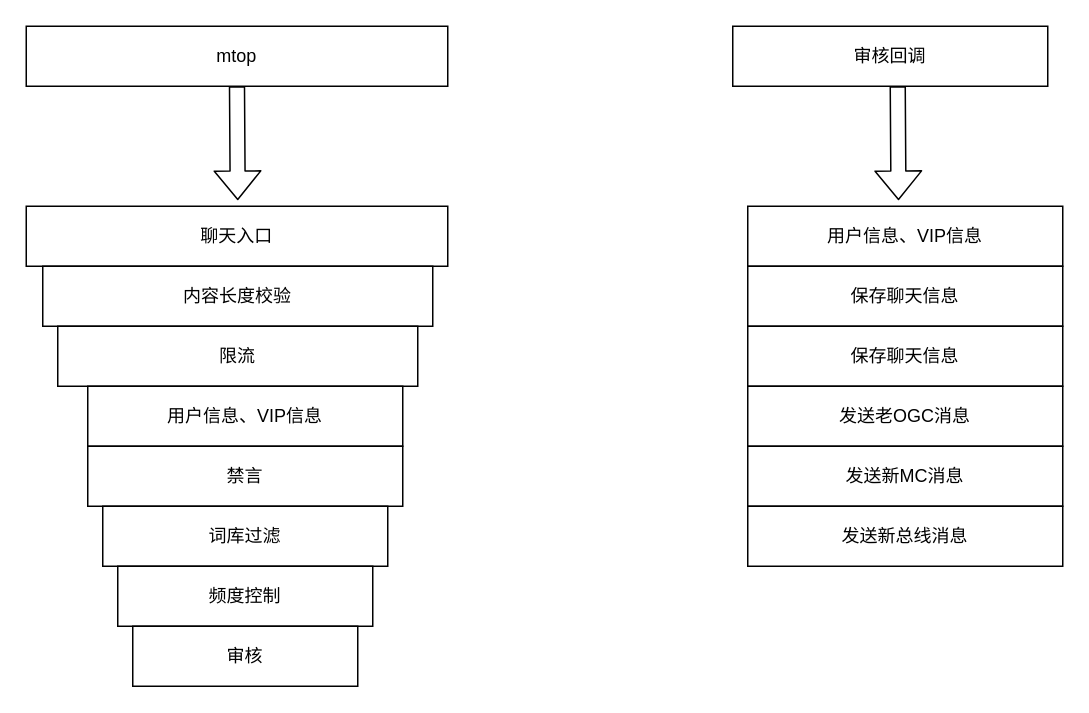
Before: chat.drawio in 839284824/MyBlog, a draw.io diagram. Source tidied: cells renumbered, new cells numbered last; positions are measured from the earlier drawing's top-left corner, leaving out a move shared by most shapes. Both pictures are drawn from the tidied source at 150%, with x=0, y=0 at pixel (26, 26).
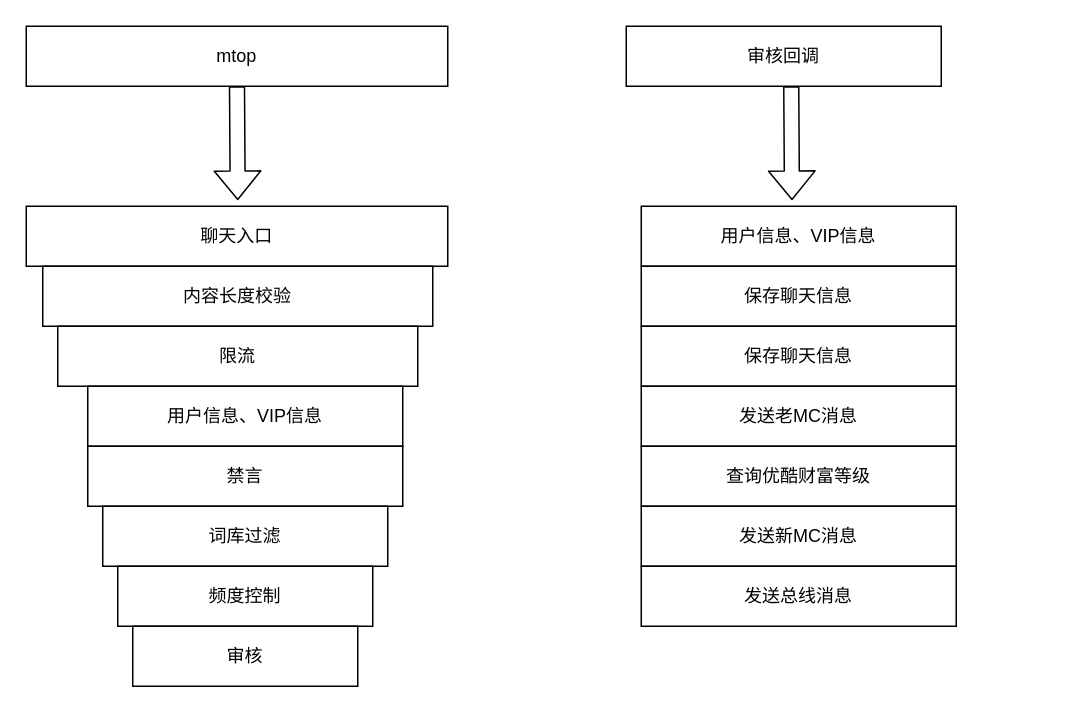
The same diagram, later.

What changed in the source:
```diff
@@
     <mxCell id="12" value="审核回调" style="rounded=0;whiteSpace=wrap;html=1;" parent="1" vertex="1">
-      <mxGeometry x="471" width="210" height="40" as="geometry" />
+      <mxGeometry x="400" width="210" height="40" as="geometry" />
     </mxCell>
     <mxCell id="13" value="用户信息、VIP信息" style="rounded=0;whiteSpace=wrap;html=1;" parent="1" vertex="1">
-      <mxGeometry x="481" y="120" width="210" height="40" as="geometry" />
+      <mxGeometry x="410" y="120" width="210" height="40" as="geometry" />
     </mxCell>
     <mxCell id="14" value="保存聊天信息" style="rounded=0;whiteSpace=wrap;html=1;" parent="1" vertex="1">
-      <mxGeometry x="481" y="160" width="210" height="40" as="geometry" />
+      <mxGeometry x="410" y="160" width="210" height="40" as="geometry" />
     </mxCell>
     <mxCell id="15" value="保存聊天信息" style="rounded=0;whiteSpace=wrap;html=1;" parent="1" vertex="1">
-      <mxGeometry x="481" y="200" width="210" height="40" as="geometry" />
+      <mxGeometry x="410" y="200" width="210" height="40" as="geometry" />
     </mxCell>
-    <mxCell id="16" value="发送老OGC消息" style="rounded=0;whiteSpace=wrap;html=1;" parent="1" vertex="1">
-      <mxGeometry x="481" y="240" width="210" height="40" as="geometry" />
+    <mxCell id="16" value="发送老MC消息" style="rounded=0;whiteSpace=wrap;html=1;" parent="1" vertex="1">
+      <mxGeometry x="410" y="240" width="210" height="40" as="geometry" />
     </mxCell>
-    <mxCell id="17" value="发送新MC消息" style="rounded=0;whiteSpace=wrap;html=1;" parent="1" vertex="1">
-      <mxGeometry x="481" y="280" width="210" height="40" as="geometry" />
+    <mxCell id="17" value="查询优酷财富等级" style="rounded=0;whiteSpace=wrap;html=1;" parent="1" vertex="1">
+      <mxGeometry x="410" y="280" width="210" height="40" as="geometry" />
     </mxCell>
-    <mxCell id="18" value="发送新总线消息" style="rounded=0;whiteSpace=wrap;html=1;" parent="1" vertex="1">
-      <mxGeometry x="481" y="320" width="210" height="40" as="geometry" />
+    <mxCell id="18" value="发送新MC消息" style="rounded=0;whiteSpace=wrap;html=1;" parent="1" vertex="1">
+      <mxGeometry x="410" y="320" width="210" height="40" as="geometry" />
     </mxCell>
     <mxCell id="19" style="shape=flexArrow;endArrow=classic;html=1;exitX=0.5;exitY=1;exitDx=0;exitDy=0;" parent="1" edge="1">
       <mxGeometry relative="1" as="geometry">
-        <mxPoint x="581" y="40" as="sourcePoint" />
-        <mxPoint x="581.5" y="116" as="targetPoint" />
+        <mxPoint x="510" y="40" as="sourcePoint" />
+        <mxPoint x="510.5" y="116" as="targetPoint" />
       </mxGeometry>
     </mxCell>
+    <mxCell id="20" value="发送总线消息" style="rounded=0;whiteSpace=wrap;html=1;" parent="1" vertex="1">
+      <mxGeometry x="410" y="360" width="210" height="40" as="geometry" />
+    </mxCell>
```
